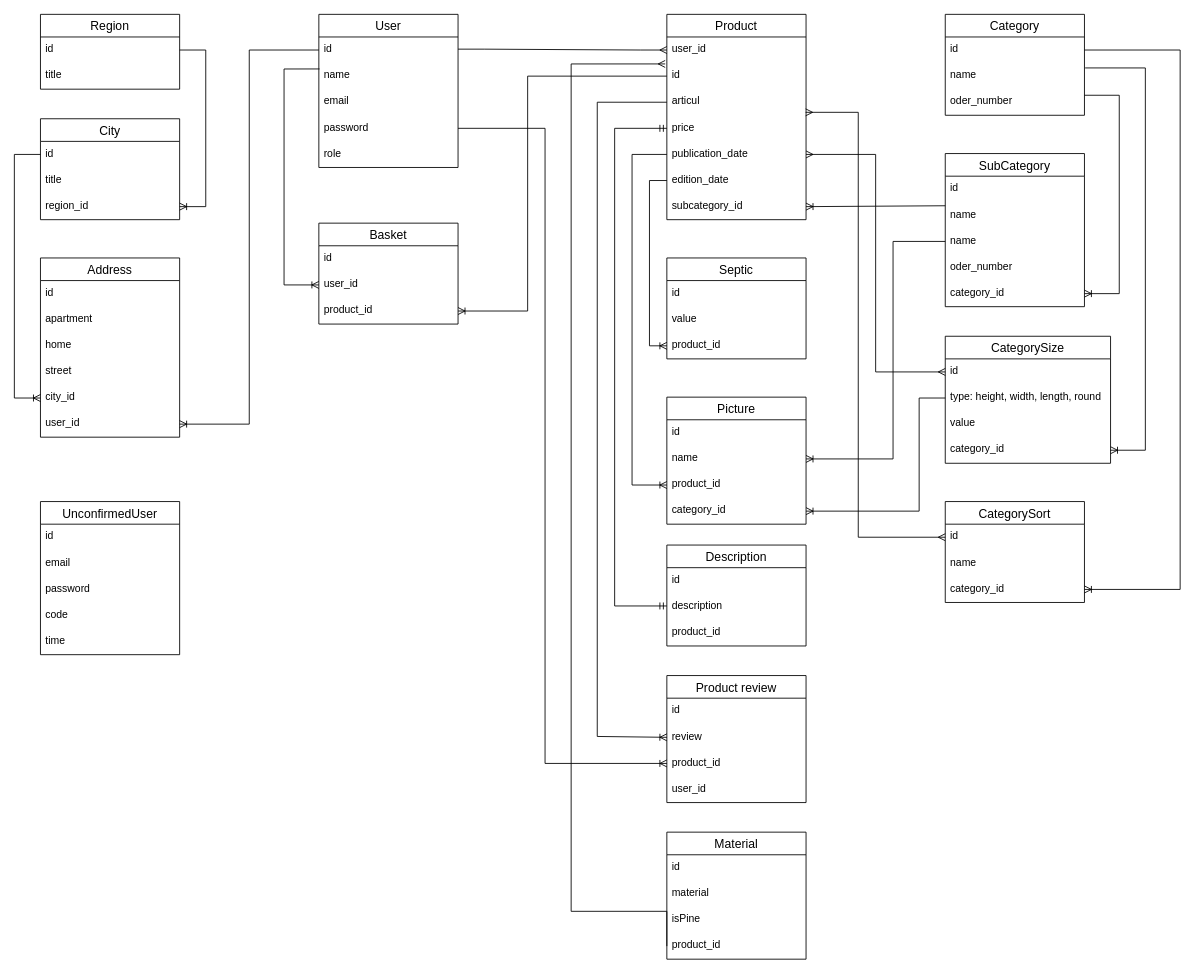
The draw.io diagram lesopilka.drawio in alexeyk500/lesopilka_backend, before the edit. Source tidied: cells renumbered, new cells numbered last; positions are measured from the earlier drawing's top-left corner, leaving out a move shared by most shapes. Both pictures are drawn from the tidied source at 87%, with x=0, y=0 at pixel (14, 14).
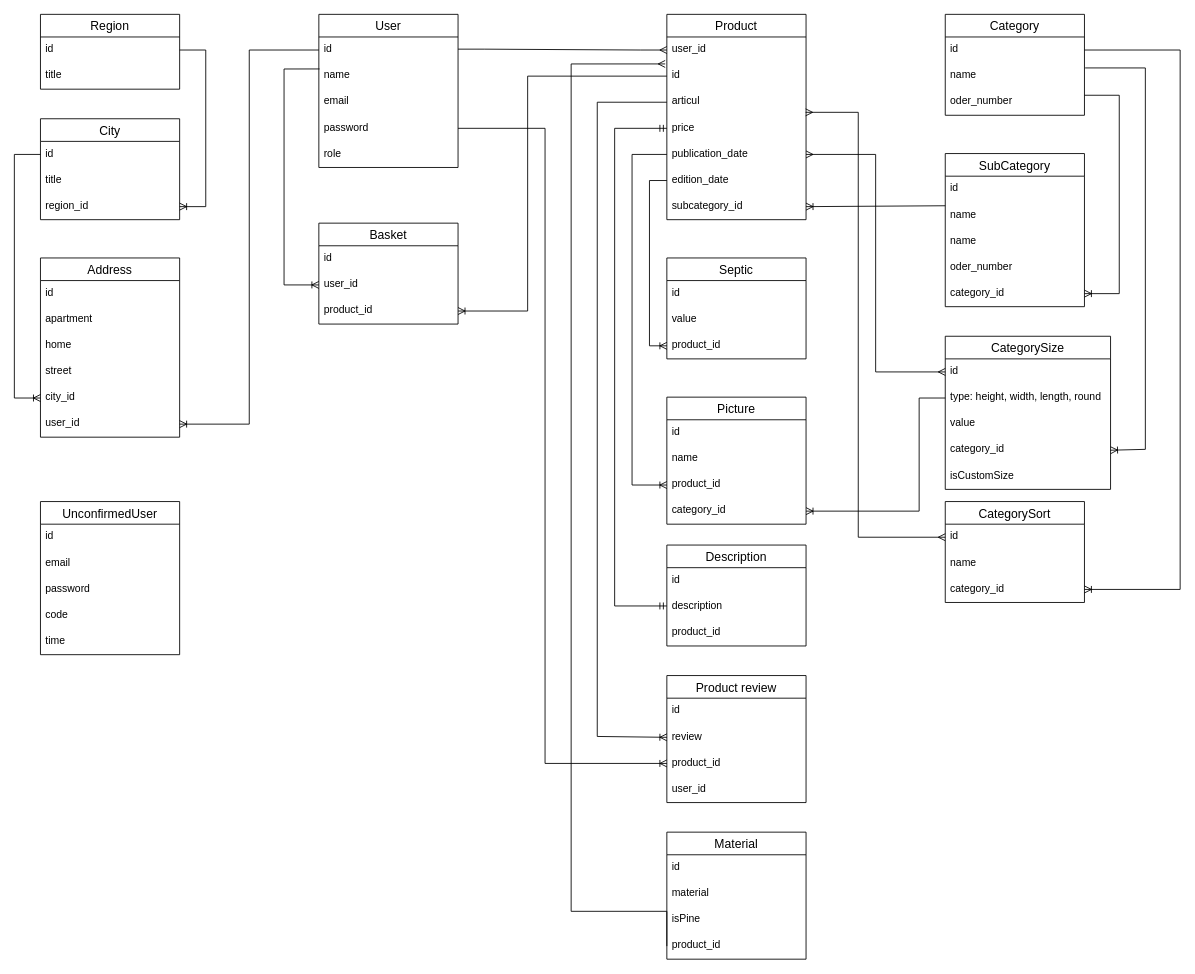
Above is the later version.

The change refers to these unchanged cells:
```xml
<mxCell id="35" value="subcategory_id" style="text;strokeColor=none;fillColor=none;spacingLeft=4;spacingRight=4;overflow=hidden;points=[[0,0.5],[1,0.5]];portConstraint=eastwest;fontSize=12;" parent="28" vertex="1">
  <mxGeometry y="206" width="160" height="30" as="geometry" />
</mxCell>
<mxCell id="38" value="name" style="text;strokeColor=none;fillColor=none;spacingLeft=4;spacingRight=4;overflow=hidden;points=[[0,0.5],[1,0.5]];portConstraint=eastwest;fontSize=12;" parent="36" vertex="1">
  <mxGeometry y="56" width="160" height="30" as="geometry" />
</mxCell>
<mxCell id="44" value="name" style="text;strokeColor=none;fillColor=none;spacingLeft=4;spacingRight=4;overflow=hidden;points=[[0,0.5],[1,0.5]];portConstraint=eastwest;fontSize=12;" parent="41" vertex="1">
  <mxGeometry y="86" width="160" height="30" as="geometry" />
</mxCell>
<mxCell id="61" value="name" style="text;strokeColor=none;fillColor=none;spacingLeft=4;spacingRight=4;overflow=hidden;points=[[0,0.5],[1,0.5]];portConstraint=eastwest;fontSize=12;" parent="59" vertex="1">
  <mxGeometry y="56" width="160" height="30" as="geometry" />
</mxCell>
```

Diff of the diagram source:
```diff
@@
     <mxCell id="66" value="CategorySize" style="swimlane;fontStyle=0;horizontal=1;startSize=26;align=center;fontSize=14;" parent="1" vertex="1">
-      <mxGeometry x="1070" y="370" width="190" height="146" as="geometry" />
+      <mxGeometry x="1070" y="370" width="190" height="176" as="geometry" />
     </mxCell>
@@
+    <mxCell id="102" value="category_id" style="text;strokeColor=none;fillColor=none;spacingLeft=4;spacingRight=4;overflow=hidden;points=[[0,0.5],[1,0.5]];portConstraint=eastwest;fontSize=12;" parent="66" vertex="1">
+      <mxGeometry y="116" width="190" height="30" as="geometry" />
+    </mxCell>
-    <mxCell id="70" value="category_id" style="text;strokeColor=none;fillColor=none;spacingLeft=4;spacingRight=4;overflow=hidden;points=[[0,0.5],[1,0.5]];portConstraint=eastwest;fontSize=12;" parent="66" vertex="1">
-      <mxGeometry y="116" width="190" height="30" as="geometry" />
+    <mxCell id="70" value="isCustomSize" style="text;strokeColor=none;fillColor=none;spacingLeft=4;spacingRight=4;overflow=hidden;points=[[0,0.5],[1,0.5]];portConstraint=eastwest;fontSize=12;" parent="66" vertex="1">
+      <mxGeometry y="146" width="190" height="30" as="geometry" />
     </mxCell>
-    <mxCell id="71" style="edgeStyle=orthogonalEdgeStyle;fontSize=12;html=1;endArrow=ERoneToMany;rounded=0;fontFamily=Helvetica;fontColor=default;exitX=1.005;exitY=0.186;exitDx=0;exitDy=0;exitPerimeter=0;entryX=1;entryY=0.5;entryDx=0;entryDy=0;" parent="1" edge="1" source="38" target="70">
+    <mxCell id="71" style="edgeStyle=orthogonalEdgeStyle;fontSize=12;html=1;endArrow=ERoneToMany;rounded=0;fontFamily=Helvetica;fontColor=default;exitX=1.005;exitY=0.186;exitDx=0;exitDy=0;exitPerimeter=0;entryX=1;entryY=0.5;entryDx=0;entryDy=0;" parent="1" edge="1" source="38" target="102">
       <mxGeometry relative="1" as="geometry">
         <Array as="points">
           <mxPoint x="1300" y="62" />
-          <mxPoint x="1300" y="501" />
+          <mxPoint x="1300" y="500" />
         </Array>
       </mxGeometry>
     </mxCell>
@@
-    <mxCell id="82" style="edgeStyle=orthogonalEdgeStyle;fontSize=12;html=1;endArrow=ERoneToMany;rounded=0;fontFamily=Helvetica;fontColor=default;entryX=1;entryY=0.5;entryDx=0;entryDy=0;" parent="1" edge="1" target="35">
+    <mxCell id="82" style="fontSize=12;html=1;endArrow=ERoneToMany;rounded=0;fontFamily=Helvetica;fontColor=default;entryX=1;entryY=0.5;entryDx=0;entryDy=0;" parent="1" edge="1" target="35">
       <mxGeometry relative="1" as="geometry">
         <mxPoint x="1070" y="220" as="sourcePoint" />
       </mxGeometry>
     </mxCell>
@@
-    <mxCell id="85" style="edgeStyle=orthogonalEdgeStyle;fontSize=12;html=1;endArrow=ERoneToMany;rounded=0;fontFamily=Helvetica;fontColor=default;exitX=0;exitY=0.5;exitDx=0;exitDy=0;" parent="1" edge="1" source="44" target="61">
-      <mxGeometry relative="1" as="geometry">
-        <Array as="points">
-          <mxPoint x="1010" y="261" />
-          <mxPoint x="1010" y="511" />
-        </Array>
-      </mxGeometry>
-    </mxCell>
```
